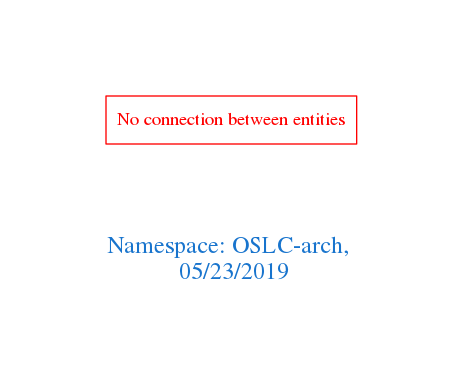
This is downloads/OSLC-arch.png from arago/OGIT, a Graphviz export, as it was before one commit. Its source is kept beside it as downloads/OSLC-arch.dot.
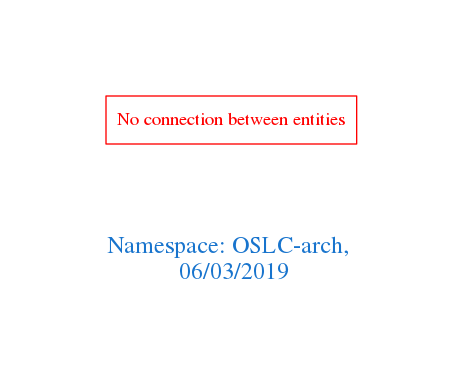
Later version of the same file.

The edit, as a diff of the source:
```diff
@@ -1,7 +1,7 @@
 digraph OGIT_ontology {
  graph [ rankdir= LR,pad=1
 fontsize = 18,
-fontcolor= dodgerblue3,label = "\n\n\nNamespace: OSLC-arch, \n 05/23/2019"];
+fontcolor= dodgerblue3,label = "\n\n\nNamespace: OSLC-arch, \n 06/03/2019"];
 node[shape=polygon];
 edge [  color="gray81"];
 
```
